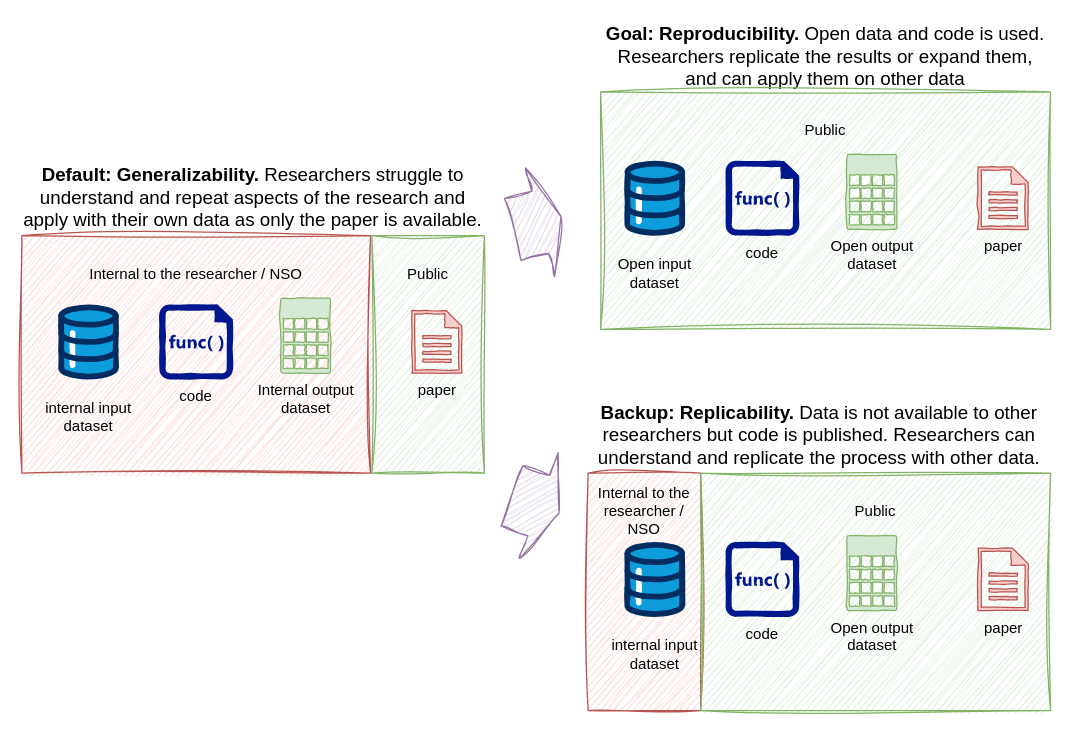
Earlier version of the draw.io diagram docs/images/reserarch-objects.drawio (sergegoussev/reproducibility-project). Source tidied: cells renumbered, new cells numbered last; positions are measured from the earlier drawing's top-left corner, leaving out a move shared by most shapes. Both pictures are drawn from the tidied source at 125%, with x=0, y=0 at pixel (21, 22).
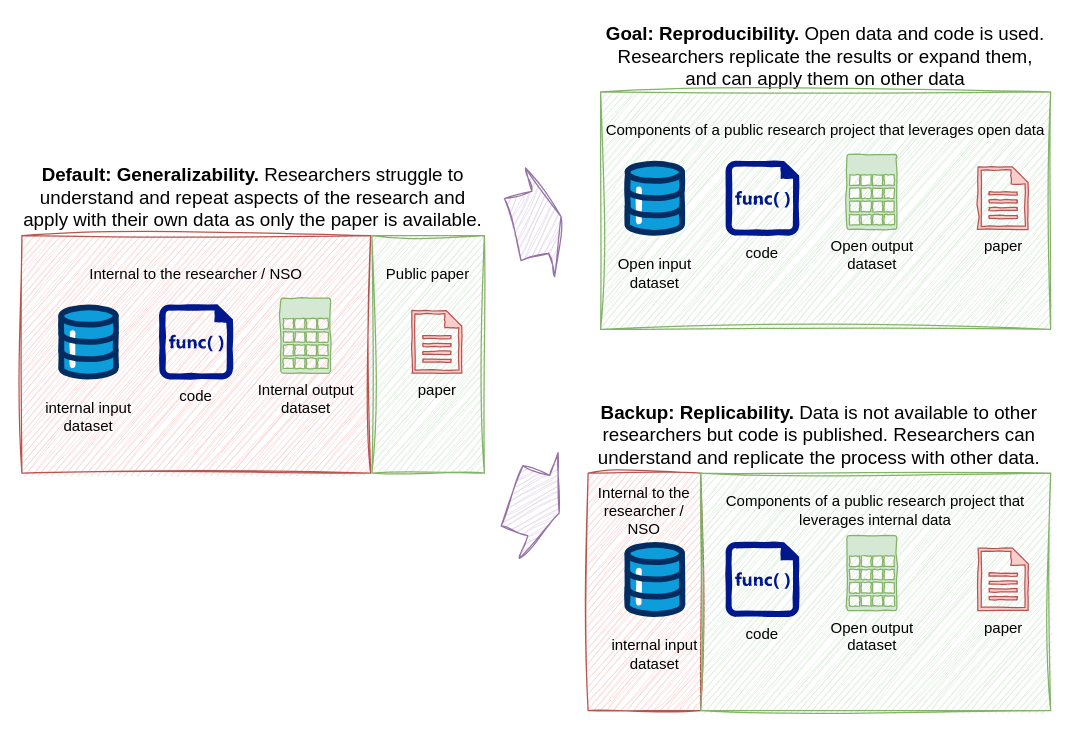
After the change.

Commit message (it also covers changes not shown here):
add clarification to diagrams

The edit, as a diff of the source:
```diff
@@
-    <mxCell id="3" value="Public&lt;div&gt;&lt;br&gt;&lt;/div&gt;&lt;div&gt;&lt;br&gt;&lt;/div&gt;&lt;div&gt;&lt;br&gt;&lt;/div&gt;&lt;div&gt;&lt;br&gt;&lt;/div&gt;&lt;div&gt;&lt;br&gt;&lt;/div&gt;&lt;div&gt;&lt;br&gt;&lt;/div&gt;&lt;div&gt;&lt;br&gt;&lt;/div&gt;&lt;div&gt;&lt;br&gt;&lt;/div&gt;&lt;div&gt;&lt;br&gt;&lt;/div&gt;" style="rounded=0;whiteSpace=wrap;html=1;fillColor=#d5e8d4;strokeColor=#82b366;sketch=1;curveFitting=1;jiggle=2;sketchStyle=rough;" parent="1" vertex="1">
+    <mxCell id="3" value="Public paper&lt;div&gt;&lt;br&gt;&lt;/div&gt;&lt;div&gt;&lt;br&gt;&lt;/div&gt;&lt;div&gt;&lt;br&gt;&lt;/div&gt;&lt;div&gt;&lt;br&gt;&lt;/div&gt;&lt;div&gt;&lt;br&gt;&lt;/div&gt;&lt;div&gt;&lt;br&gt;&lt;/div&gt;&lt;div&gt;&lt;br&gt;&lt;/div&gt;&lt;div&gt;&lt;br&gt;&lt;/div&gt;&lt;div&gt;&lt;br&gt;&lt;/div&gt;" style="rounded=0;whiteSpace=wrap;html=1;fillColor=#d5e8d4;strokeColor=#82b366;sketch=1;curveFitting=1;jiggle=2;sketchStyle=rough;" parent="1" vertex="1">
       <mxGeometry x="280" y="170" width="90" height="190" as="geometry" />
     </mxCell>
@@
-    <mxCell id="13" value="Public&lt;div&gt;&lt;br&gt;&lt;/div&gt;&lt;div&gt;&lt;br&gt;&lt;/div&gt;&lt;div&gt;&lt;br&gt;&lt;/div&gt;&lt;div&gt;&lt;br&gt;&lt;/div&gt;&lt;div&gt;&lt;br&gt;&lt;/div&gt;&lt;div&gt;&lt;br&gt;&lt;/div&gt;&lt;div&gt;&lt;br&gt;&lt;/div&gt;&lt;div&gt;&lt;br&gt;&lt;/div&gt;&lt;div&gt;&lt;br&gt;&lt;/div&gt;" style="rounded=0;whiteSpace=wrap;html=1;fillColor=#d5e8d4;strokeColor=#82b366;sketch=1;curveFitting=1;jiggle=2;sketchStyle=rough;" parent="1" vertex="1">
+    <mxCell id="13" value="Components of a public research project that leverages open data&lt;div&gt;&lt;br&gt;&lt;/div&gt;&lt;div&gt;&lt;br&gt;&lt;/div&gt;&lt;div&gt;&lt;br&gt;&lt;/div&gt;&lt;div&gt;&lt;br&gt;&lt;/div&gt;&lt;div&gt;&lt;br&gt;&lt;/div&gt;&lt;div&gt;&lt;br&gt;&lt;/div&gt;&lt;div&gt;&lt;br&gt;&lt;/div&gt;&lt;div&gt;&lt;br&gt;&lt;/div&gt;&lt;div&gt;&lt;br&gt;&lt;/div&gt;" style="rounded=0;whiteSpace=wrap;html=1;fillColor=#d5e8d4;strokeColor=#82b366;sketch=1;curveFitting=1;jiggle=2;sketchStyle=rough;" parent="1" vertex="1">
       <mxGeometry x="463" y="55" width="360" height="190" as="geometry" />
     </mxCell>
@@
-    <mxCell id="19" value="Public&lt;div&gt;&lt;br&gt;&lt;/div&gt;&lt;div&gt;&lt;br&gt;&lt;/div&gt;&lt;div&gt;&lt;br&gt;&lt;/div&gt;&lt;div&gt;&lt;br&gt;&lt;/div&gt;&lt;div&gt;&lt;br&gt;&lt;/div&gt;&lt;div&gt;&lt;br&gt;&lt;/div&gt;&lt;div&gt;&lt;br&gt;&lt;/div&gt;&lt;div&gt;&lt;br&gt;&lt;/div&gt;&lt;div&gt;&lt;br&gt;&lt;/div&gt;" style="rounded=0;whiteSpace=wrap;html=1;fillColor=#d5e8d4;strokeColor=#82b366;sketch=1;curveFitting=1;jiggle=2;sketchStyle=rough;shadow=0;glass=0;" parent="1" vertex="1">
+    <mxCell id="19" value="&lt;div&gt;Components of a public research project that leverages internal data&lt;div&gt;&lt;br&gt;&lt;/div&gt;&lt;div&gt;&lt;br&gt;&lt;/div&gt;&lt;div&gt;&lt;br&gt;&lt;/div&gt;&lt;div&gt;&lt;br&gt;&lt;/div&gt;&lt;div&gt;&lt;br&gt;&lt;/div&gt;&lt;div&gt;&lt;br&gt;&lt;/div&gt;&lt;div&gt;&lt;br&gt;&lt;/div&gt;&lt;div&gt;&lt;br&gt;&lt;/div&gt;&lt;div&gt;&lt;br&gt;&lt;/div&gt;&lt;/div&gt;" style="rounded=0;whiteSpace=wrap;html=1;fillColor=#d5e8d4;strokeColor=#82b366;sketch=1;curveFitting=1;jiggle=2;sketchStyle=rough;shadow=0;glass=0;" parent="1" vertex="1">
       <mxGeometry x="543" y="360" width="280" height="190" as="geometry" />
     </mxCell>
```
